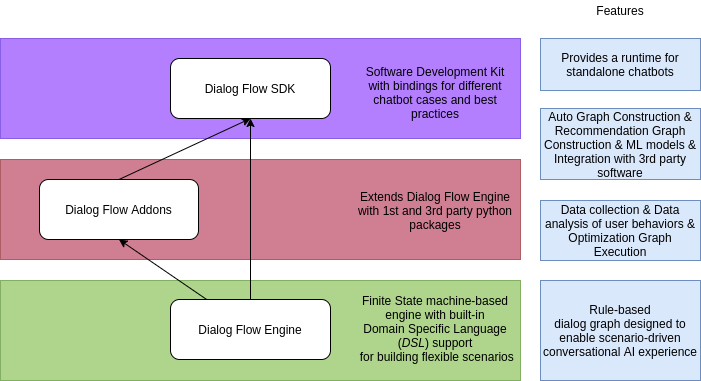
deeppavlovteam/dialog_flow_framework keeps this draw.io diagram as images/dff_stack.png. Above is the earlier version. Source tidied: cells renumbered, new cells last; positions are measured from the earlier drawing's top-left corner, leaving out a move shared by most shapes.
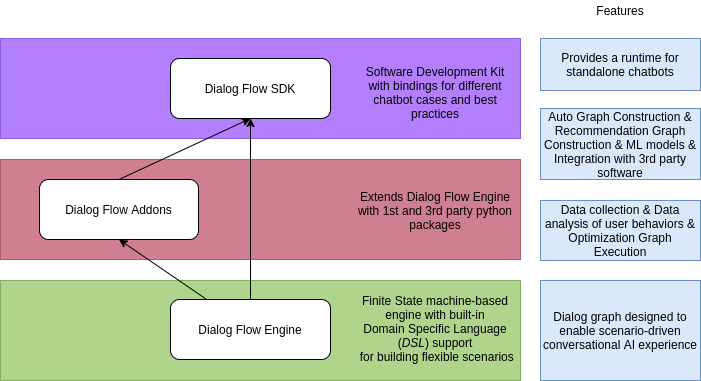
After the commit.

The edit, as a diff of the source:
```diff
@@ -2,7 +2,7 @@
   <root>
     <mxCell id="0" />
     <mxCell id="1" parent="0" />
-    <mxCell id="2" value="&lt;span&gt;Rule-based&lt;/span&gt;&lt;br&gt;&lt;span&gt;dialog graph designed to enable scenario-driven conversational AI experience&lt;/span&gt;" style="rounded=0;whiteSpace=wrap;html=1;fillColor=#dae8fc;strokeColor=#6c8ebf;" parent="1" vertex="1">
+    <mxCell id="2" value="&lt;span&gt;Dialog graph designed to enable scenario-driven conversational AI experience&lt;/span&gt;" style="rounded=0;whiteSpace=wrap;html=1;fillColor=#dae8fc;strokeColor=#6c8ebf;" parent="1" vertex="1">
       <mxGeometry x="540" y="280" width="160" height="100" as="geometry" />
     </mxCell>
     <mxCell id="3" style="rounded=0;whiteSpace=wrap;html=1;opacity=50;fillColor=#6a00ff;strokeColor=#3700CC;fontColor=#ffffff;" parent="1" vertex="1">
```
